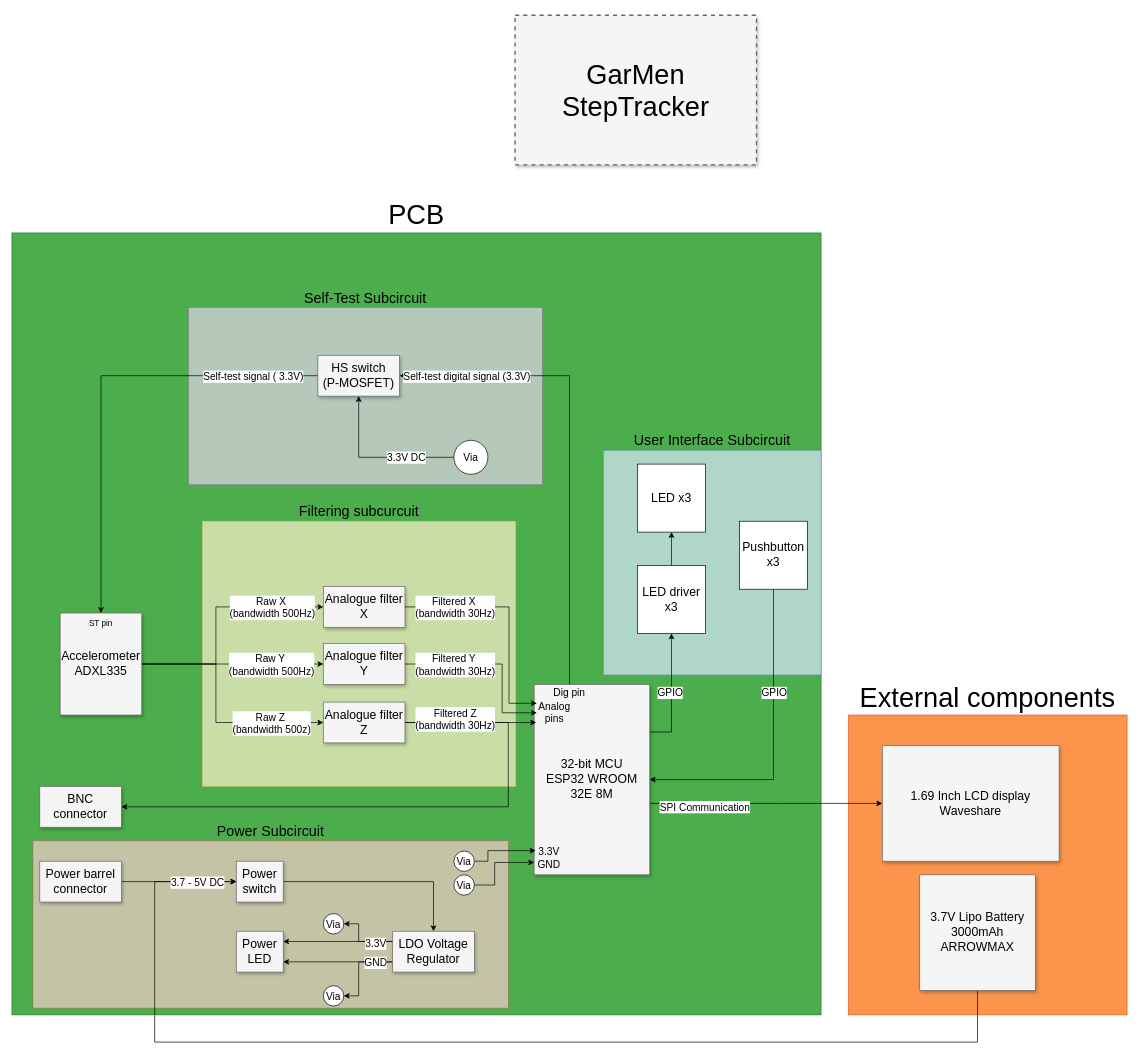
Above: Schematics/GarMen Block Diagram Chip.drawio in LazarevMike/GarMen_StepTracker (draw.io), before the change. Source tidied: cells renumbered, new cells numbered last; positions are measured from the earlier drawing's top-left corner, leaving out a move shared by most shapes. Both pictures are drawn from the tidied source at 68%, with x=0, y=0 at pixel (12, 15).
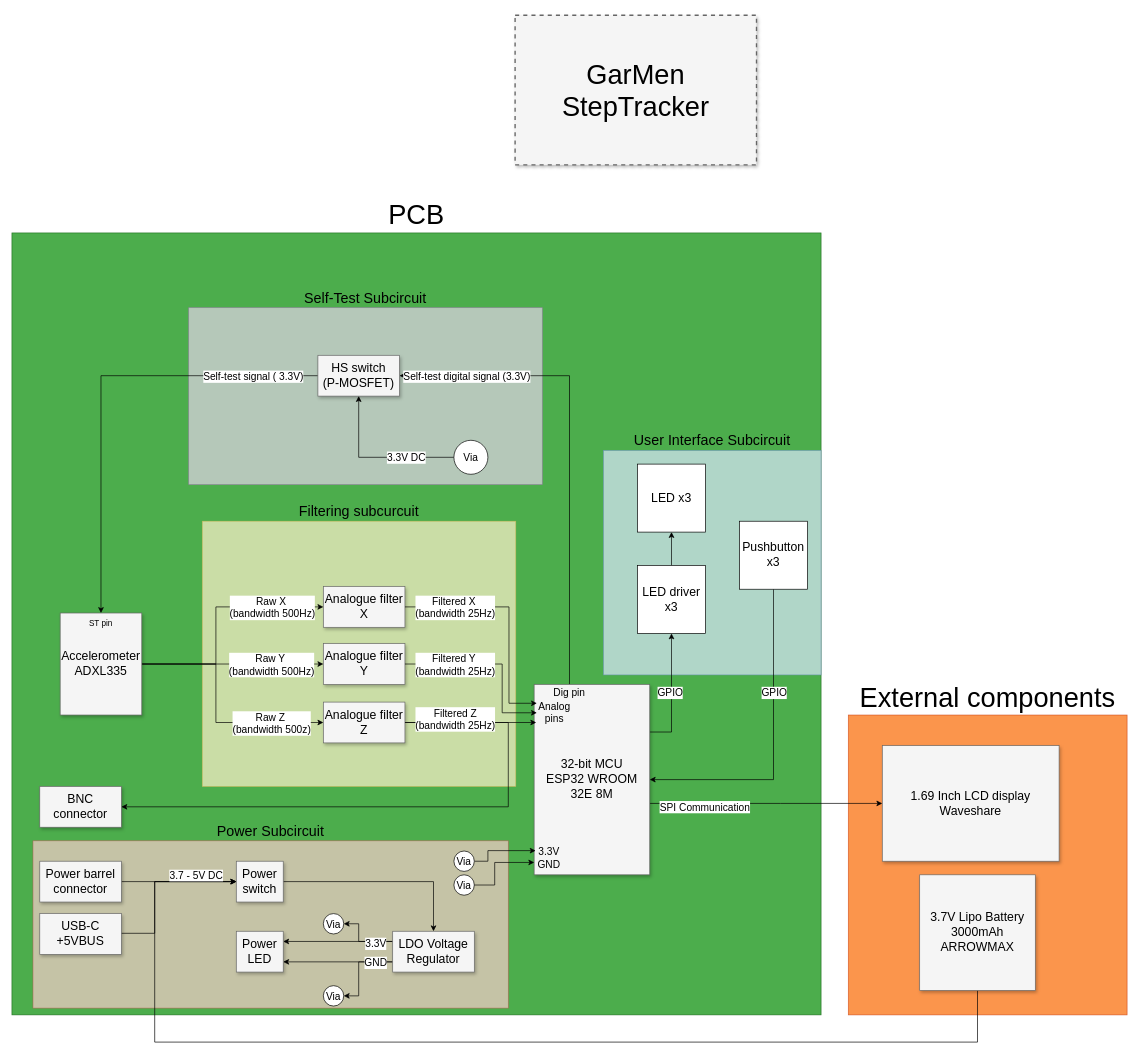
The same page after the edit.

Unchanged cells that the change refers to:
```xml
<mxCell id="41" style="edgeStyle=orthogonalEdgeStyle;rounded=0;jettySize=auto;html=1;entryX=0;entryY=0.5;entryDx=0;entryDy=0;" parent="1" edge="1" source="43" target="45">
  <mxGeometry relative="1" as="geometry" />
</mxCell>
<mxCell id="45" value="Power switch" style="whiteSpace=wrap;html=1;shadow=1;fontSize=18;fillColor=#f5f5f5;strokeColor=#666666;" parent="1" vertex="1">
  <mxGeometry x="330" y="1244" width="69" height="60" as="geometry" />
</mxCell>
```

Diff of the diagram source:
```diff
@@
-    <mxCell id="31" value="Filtered X&amp;nbsp;&lt;div&gt;(bandwidth 30Hz)&lt;/div&gt;" style="edgeLabel;html=1;align=center;verticalAlign=middle;fontSize=15;" parent="1" vertex="1">
+    <mxCell id="31" value="Filtered X&amp;nbsp;&lt;div&gt;(bandwidth 25Hz)&lt;/div&gt;" style="edgeLabel;html=1;align=center;verticalAlign=middle;fontSize=15;" parent="1" vertex="1">
       <mxGeometry x="651" y="870" as="geometry" />
     </mxCell>
-    <mxCell id="32" value="Filtered Y&amp;nbsp;&lt;div&gt;(bandwidth 30Hz)&lt;/div&gt;" style="edgeLabel;html=1;align=center;verticalAlign=middle;fontSize=15;" parent="1" vertex="1">
+    <mxCell id="32" value="Filtered Y&amp;nbsp;&lt;div&gt;(bandwidth 25Hz)&lt;/div&gt;" style="edgeLabel;html=1;align=center;verticalAlign=middle;fontSize=15;" parent="1" vertex="1">
       <mxGeometry x="651" y="954" as="geometry" />
     </mxCell>
-    <mxCell id="33" value="Filtered Z&lt;div&gt;&lt;div&gt;(bandwidth 30Hz)&lt;/div&gt;&lt;/div&gt;" style="edgeLabel;html=1;align=center;verticalAlign=middle;fontSize=15;" parent="1" vertex="1">
+    <mxCell id="33" value="Filtered Z&lt;div&gt;&lt;div&gt;(bandwidth 25Hz)&lt;/div&gt;&lt;/div&gt;" style="edgeLabel;html=1;align=center;verticalAlign=middle;fontSize=15;" parent="1" vertex="1">
       <mxGeometry x="651" y="1034" as="geometry" />
     </mxCell>
@@
     <mxCell id="42" value="&lt;font&gt;3.7 - 5V DC&lt;/font&gt;" style="edgeLabel;html=1;align=center;verticalAlign=middle;fontSize=15;" parent="41" vertex="1">
       <mxGeometry x="0.35" y="-1" relative="1" as="geometry">
-        <mxPoint x="-3" y="-1" as="offset" />
+        <mxPoint x="-5" y="-11" as="offset" />
       </mxGeometry>
     </mxCell>
@@
+    <mxCell id="72" style="edgeStyle=orthogonalEdgeStyle;rounded=0;jettySize=auto;html=1;exitX=1;exitY=0.5;exitDx=0;exitDy=0;entryX=0;entryY=0.5;entryDx=0;entryDy=0;" parent="1" edge="1" source="73" target="45">
+      <mxGeometry relative="1" as="geometry">
+        <Array as="points">
+          <mxPoint x="161" y="1350" />
+          <mxPoint x="210" y="1350" />
+          <mxPoint x="210" y="1274" />
+        </Array>
+      </mxGeometry>
+    </mxCell>
+    <mxCell id="73" value="USB-C +5VBUS" style="whiteSpace=wrap;html=1;shadow=1;fontSize=18;fillColor=#f5f5f5;strokeColor=#666666;" parent="1" vertex="1">
+      <mxGeometry x="41" y="1321" width="120" height="60" as="geometry" />
+    </mxCell>
```
